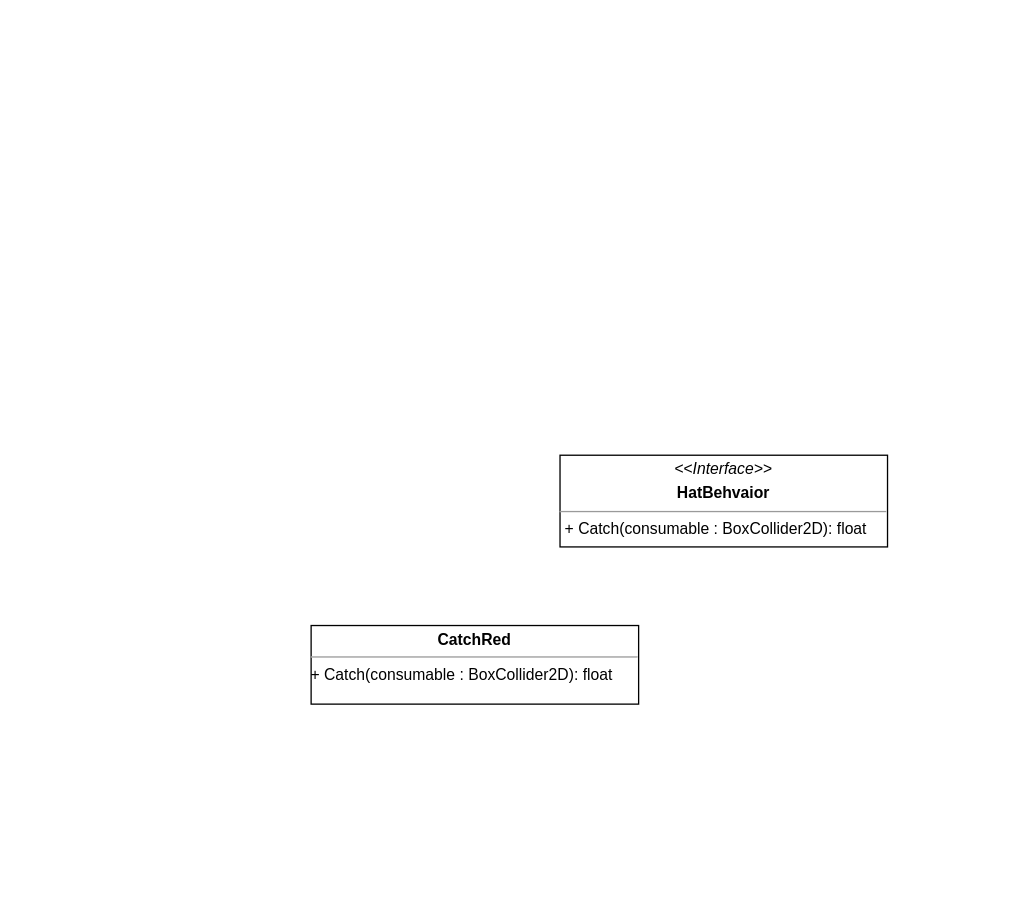
Above: Assignment2.drawio in abreuker/CIS450 (draw.io), before the change. Source tidied: cells renumbered, new cells numbered last; positions are measured from the earlier drawing's top-left corner, leaving out a move shared by most shapes. Both pictures are drawn from the tidied source at 131%, with x=0, y=0 at pixel (310, 455).
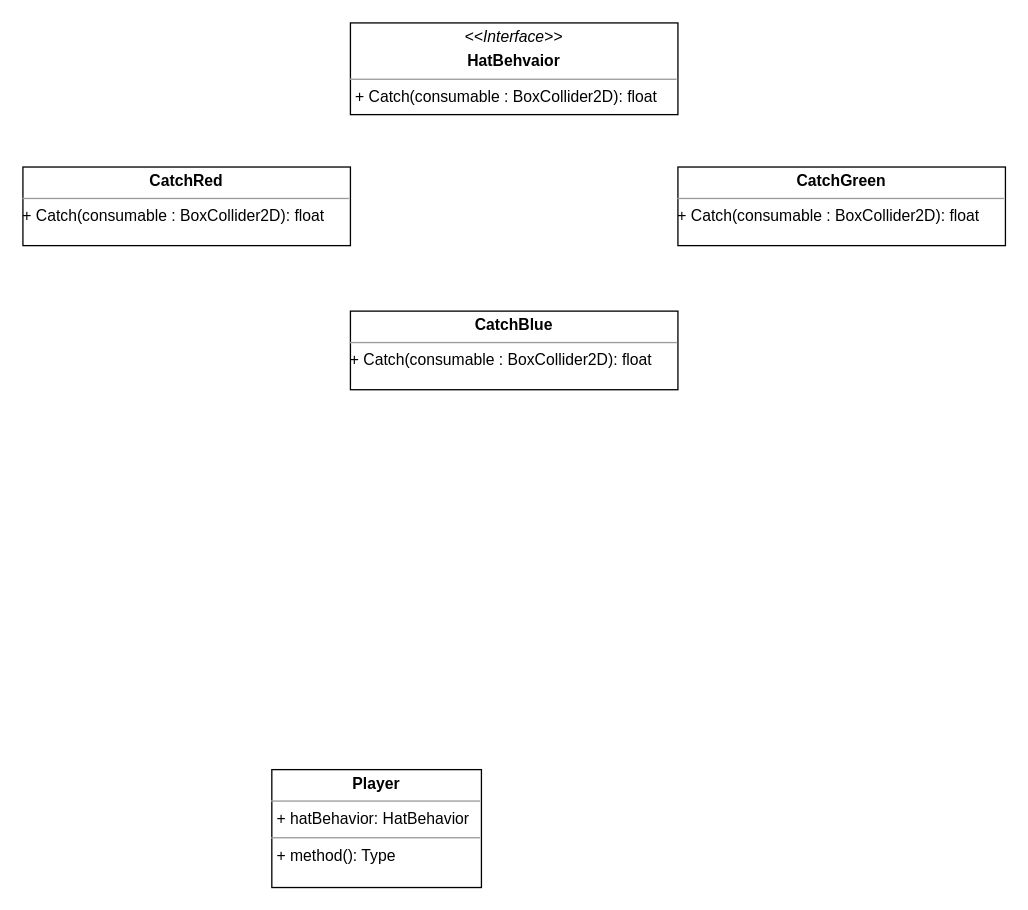
After the change.

Diff of the diagram source:
```diff
@@
 <mxGraphModel>
   <root>
     <mxCell id="0" />
     <mxCell id="1" parent="0" />
     <mxCell id="2" value="&lt;p style=&quot;margin:0px;margin-top:4px;text-align:center;&quot;&gt;&lt;i&gt;&amp;lt;&amp;lt;Interface&amp;gt;&amp;gt;&lt;/i&gt;&lt;/p&gt;&lt;p style=&quot;margin:0px;margin-top:4px;text-align:center;&quot;&gt;&lt;b&gt;HatBehvaior&lt;/b&gt;&lt;b&gt;&lt;br&gt;&lt;/b&gt;&lt;/p&gt;&lt;hr size=&quot;1&quot;&gt;&lt;p style=&quot;margin:0px;margin-left:4px;&quot;&gt;+ Catch(consumable : BoxCollider2D): float&lt;br&gt;&lt;/p&gt;" style="verticalAlign=top;align=left;overflow=fill;fontSize=12;fontFamily=Helvetica;html=1;" parent="1" vertex="1">
-      <mxGeometry x="190" width="250" height="70" as="geometry" />
+      <mxGeometry x="30" y="-330" width="250" height="70" as="geometry" />
     </mxCell>
     <mxCell id="3" value="&lt;p style=&quot;margin:0px;margin-top:4px;text-align:center;&quot;&gt;&lt;b&gt;CatchRed&lt;/b&gt;&lt;/p&gt;&lt;hr size=&quot;1&quot;&gt;+ Catch(consumable : BoxCollider2D): float" style="verticalAlign=top;align=left;overflow=fill;fontSize=12;fontFamily=Helvetica;html=1;" parent="1" vertex="1">
-      <mxGeometry y="130" width="250" height="60" as="geometry" />
+      <mxGeometry x="-220" y="-220" width="250" height="60" as="geometry" />
     </mxCell>
+    <mxCell id="4" value="&lt;p style=&quot;margin:0px;margin-top:4px;text-align:center;&quot;&gt;&lt;b&gt;CatchGreen&lt;/b&gt;&lt;/p&gt;&lt;hr size=&quot;1&quot;&gt;+ Catch(consumable : BoxCollider2D): float" style="verticalAlign=top;align=left;overflow=fill;fontSize=12;fontFamily=Helvetica;html=1;" parent="1" vertex="1">
+      <mxGeometry x="280" y="-220" width="250" height="60" as="geometry" />
+    </mxCell>
+    <mxCell id="5" value="&lt;p style=&quot;margin:0px;margin-top:4px;text-align:center;&quot;&gt;&lt;b&gt;CatchBlue&lt;/b&gt;&lt;/p&gt;&lt;hr size=&quot;1&quot;&gt;+ Catch(consumable : BoxCollider2D): float" style="verticalAlign=top;align=left;overflow=fill;fontSize=12;fontFamily=Helvetica;html=1;" parent="1" vertex="1">
+      <mxGeometry x="30" y="-110" width="250" height="60" as="geometry" />
+    </mxCell>
+    <mxCell id="6" value="&lt;p style=&quot;margin:0px;margin-top:4px;text-align:center;&quot;&gt;&lt;b&gt;Player&lt;/b&gt;&lt;br&gt;&lt;/p&gt;&lt;hr size=&quot;1&quot;&gt;&lt;p style=&quot;margin:0px;margin-left:4px;&quot;&gt;+ hatBehavior: HatBehavior&lt;/p&gt;&lt;hr size=&quot;1&quot;&gt;&lt;p style=&quot;margin:0px;margin-left:4px;&quot;&gt;+ method(): Type&lt;/p&gt;" style="verticalAlign=top;align=left;overflow=fill;fontSize=12;fontFamily=Helvetica;html=1;" parent="1" vertex="1">
+      <mxGeometry x="-30" y="240" width="160" height="90" as="geometry" />
+    </mxCell>
   </root>
 </mxGraphModel>
```
